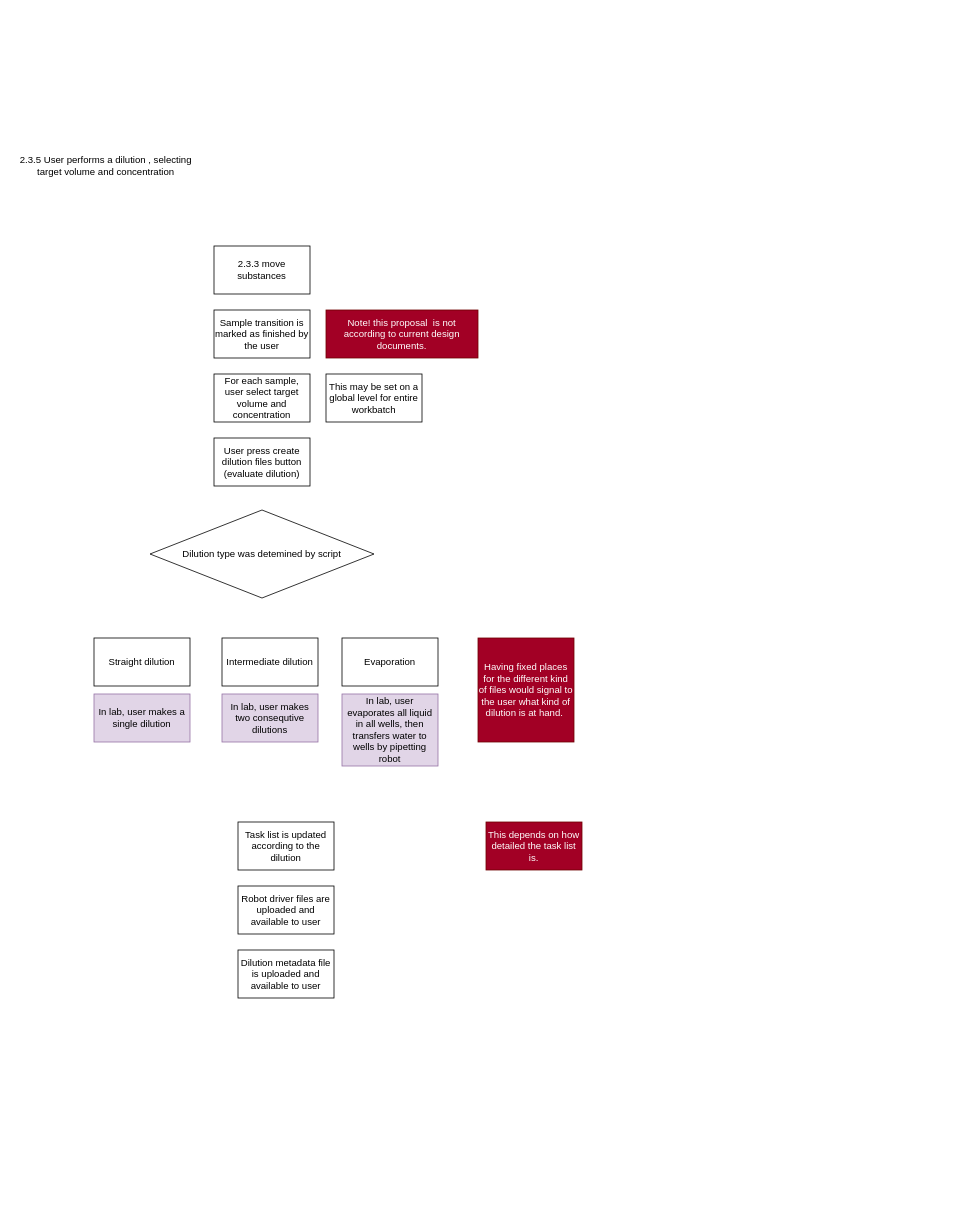
Earlier version of the draw.io diagram diagrams/2.3.5 Concentration dilution.drawio (commonlims/commonlims-design). Source tidied: cells renumbered, new cells numbered last; positions are measured from the earlier drawing's top-left corner, leaving out a move shared by most shapes. Both pictures are drawn from the tidied source at 80%, with x=0, y=0 at pixel (14, 150).
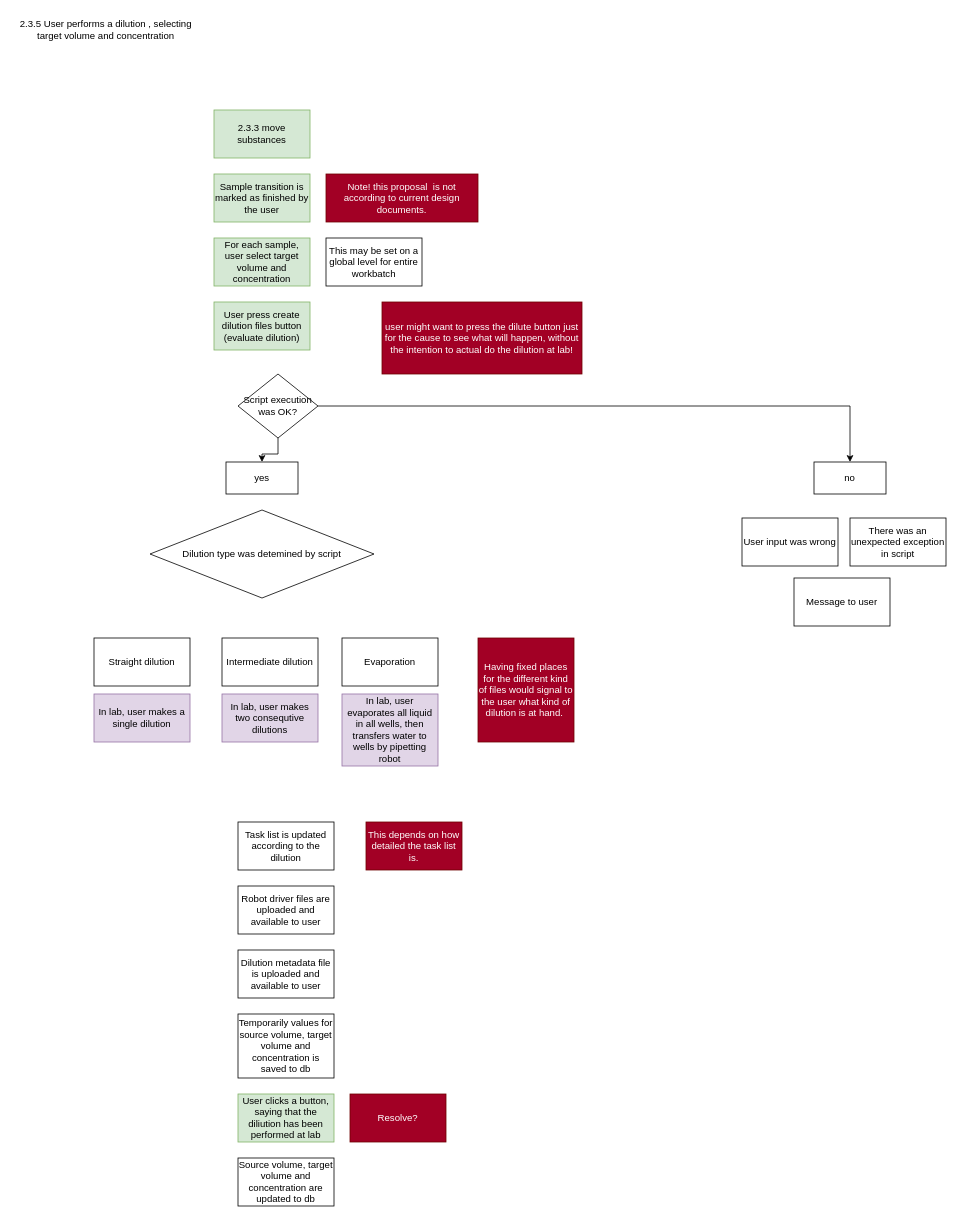
The same diagram, later.

Commit message:
Complements to the dilution flowchart

Diff of the diagram source:
```diff
@@
     <mxCell id="2" value="2.3.5 User performs a dilution , selecting target volume and concentration" style="text;html=1;strokeColor=none;fillColor=none;align=center;verticalAlign=middle;whiteSpace=wrap;rounded=0;" parent="1" vertex="1">
-      <mxGeometry width="230" height="40" as="geometry" />
+      <mxGeometry y="-170" width="230" height="40" as="geometry" />
     </mxCell>
-    <mxCell id="3" value="2.3.3 move substances" style="whiteSpace=wrap;html=1;rounded=0;" parent="1" vertex="1">
-      <mxGeometry x="250" y="120" width="120" height="60" as="geometry" />
+    <mxCell id="3" value="2.3.3 move substances" style="whiteSpace=wrap;html=1;rounded=0;fillColor=#d5e8d4;strokeColor=#82b366;" parent="1" vertex="1">
+      <mxGeometry x="250" y="-50" width="120" height="60" as="geometry" />
     </mxCell>
-    <mxCell id="4" value="Sample transition is marked as finished by the user" style="whiteSpace=wrap;html=1;rounded=0;" parent="1" vertex="1">
-      <mxGeometry x="250" y="200" width="120" height="60" as="geometry" />
+    <mxCell id="4" value="Sample transition is marked as finished by the user" style="whiteSpace=wrap;html=1;rounded=0;fillColor=#d5e8d4;strokeColor=#82b366;" parent="1" vertex="1">
+      <mxGeometry x="250" y="30" width="120" height="60" as="geometry" />
     </mxCell>
-    <mxCell id="5" value="For each sample, user select target volume and concentration" style="whiteSpace=wrap;html=1;rounded=0;" parent="1" vertex="1">
-      <mxGeometry x="250" y="280" width="120" height="60" as="geometry" />
+    <mxCell id="5" value="For each sample, user select target volume and concentration" style="whiteSpace=wrap;html=1;rounded=0;fillColor=#d5e8d4;strokeColor=#82b366;" parent="1" vertex="1">
+      <mxGeometry x="250" y="110" width="120" height="60" as="geometry" />
     </mxCell>
     <mxCell id="6" value="This may be set on a global level for entire workbatch" style="whiteSpace=wrap;html=1;rounded=0;" parent="1" vertex="1">
-      <mxGeometry x="390" y="280" width="120" height="60" as="geometry" />
+      <mxGeometry x="390" y="110" width="120" height="60" as="geometry" />
     </mxCell>
-    <mxCell id="7" value="User press create dilution files button&lt;br&gt;(evaluate dilution)" style="whiteSpace=wrap;html=1;rounded=0;" parent="1" vertex="1">
-      <mxGeometry x="250" y="360" width="120" height="60" as="geometry" />
+    <mxCell id="7" value="User press create dilution files button&lt;br&gt;(evaluate dilution)" style="whiteSpace=wrap;html=1;rounded=0;fillColor=#d5e8d4;strokeColor=#82b366;" parent="1" vertex="1">
+      <mxGeometry x="250" y="190" width="120" height="60" as="geometry" />
     </mxCell>
@@
     <mxCell id="16" value="Note! this proposal&amp;nbsp; is not according to current design documents." style="whiteSpace=wrap;html=1;rounded=0;fillColor=#a20025;strokeColor=#6F0000;fontColor=#ffffff;" parent="1" vertex="1">
-      <mxGeometry x="390" y="200" width="190" height="60" as="geometry" />
+      <mxGeometry x="390" y="30" width="190" height="60" as="geometry" />
     </mxCell>
@@
     <mxCell id="18" value="This depends on how detailed the task list is." style="whiteSpace=wrap;html=1;rounded=0;fillColor=#a20025;strokeColor=#6F0000;fontColor=#ffffff;" parent="1" vertex="1">
-      <mxGeometry x="590" y="840" width="120" height="60" as="geometry" />
+      <mxGeometry x="440" y="840" width="120" height="60" as="geometry" />
     </mxCell>
@@
+    <mxCell id="21" style="edgeStyle=orthogonalEdgeStyle;rounded=0;jettySize=auto;html=1;" parent="1" edge="1" source="23" target="24">
+      <mxGeometry relative="1" as="geometry" />
+    </mxCell>
+    <mxCell id="22" style="edgeStyle=orthogonalEdgeStyle;rounded=0;jettySize=auto;html=1;entryX=0.5;entryY=0;entryDx=0;entryDy=0;" parent="1" edge="1" source="23" target="25">
+      <mxGeometry relative="1" as="geometry" />
+    </mxCell>
+    <mxCell id="23" value="Script execution was OK?" style="rhombus;whiteSpace=wrap;html=1;" parent="1" vertex="1">
+      <mxGeometry x="280" y="280" width="100" height="80" as="geometry" />
+    </mxCell>
+    <mxCell id="24" value="yes" style="whiteSpace=wrap;html=1;rounded=0;" parent="1" vertex="1">
+      <mxGeometry x="265" y="390" width="90" height="40" as="geometry" />
+    </mxCell>
+    <mxCell id="25" value="no" style="whiteSpace=wrap;html=1;rounded=0;" parent="1" vertex="1">
+      <mxGeometry x="1000" y="390" width="90" height="40" as="geometry" />
+    </mxCell>
+    <mxCell id="26" value="User input was wrong" style="whiteSpace=wrap;html=1;rounded=0;" parent="1" vertex="1">
+      <mxGeometry x="910" y="460" width="120" height="60" as="geometry" />
+    </mxCell>
+    <mxCell id="27" value="There was an unexpected exception in script" style="whiteSpace=wrap;html=1;rounded=0;" parent="1" vertex="1">
+      <mxGeometry x="1045" y="460" width="120" height="60" as="geometry" />
+    </mxCell>
+    <mxCell id="28" value="Source volume, target volume and concentration are updated to db" style="whiteSpace=wrap;html=1;rounded=0;" parent="1" vertex="1">
+      <mxGeometry x="280" y="1260" width="120" height="60" as="geometry" />
+    </mxCell>
+    <mxCell id="29" value="Message to user" style="whiteSpace=wrap;html=1;rounded=0;" parent="1" vertex="1">
+      <mxGeometry x="975" y="535" width="120" height="60" as="geometry" />
+    </mxCell>
+    <mxCell id="30" value="user might want to press the dilute button just for the cause to see what will happen, without the intention to actual do the dilution at lab!" style="whiteSpace=wrap;html=1;rounded=0;fillColor=#a20025;strokeColor=#6F0000;fontColor=#ffffff;" parent="1" vertex="1">
+      <mxGeometry x="460" y="190" width="250" height="90" as="geometry" />
+    </mxCell>
+    <mxCell id="31" value="User clicks a button, saying that the diliution has been performed at lab" style="whiteSpace=wrap;html=1;rounded=0;fillColor=#d5e8d4;strokeColor=#82b366;" parent="1" vertex="1">
+      <mxGeometry x="280" y="1180" width="120" height="60" as="geometry" />
+    </mxCell>
+    <mxCell id="32" value="Resolve?" style="whiteSpace=wrap;html=1;rounded=0;fillColor=#a20025;strokeColor=#6F0000;fontColor=#ffffff;" parent="1" vertex="1">
+      <mxGeometry x="420" y="1180" width="120" height="60" as="geometry" />
+    </mxCell>
+    <mxCell id="33" value="Temporarily values for source volume, target volume and concentration is saved to db" style="whiteSpace=wrap;html=1;rounded=0;" parent="1" vertex="1">
+      <mxGeometry x="280" y="1080" width="120" height="80" as="geometry" />
+    </mxCell>
```
